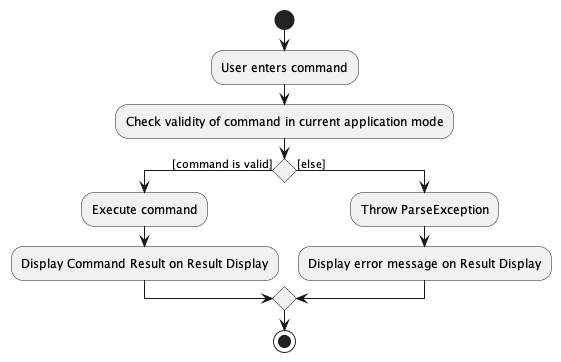
nus-cs2103-AY2223S2/tp keeps this PlantUML diagram as docs/images/CommandValidityActivityDiagram.png. Above is the earlier version.
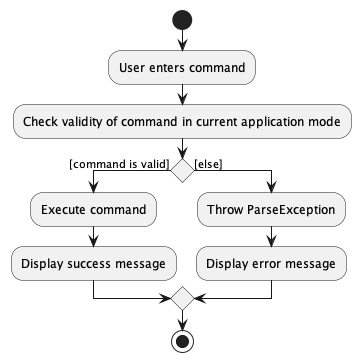
After the commit.

Diff of the diagram source:
```diff
@@ -5,10 +5,10 @@
 :Check validity of command in current application mode;
 if () then ([command is valid])
     :Execute command;
-    :Display Command Result on Result Display;
+    :Display success message;
 else ([else])
     :Throw ParseException;
-    :Display error message on Result Display;
+    :Display error message;
 
 endif
 
```
